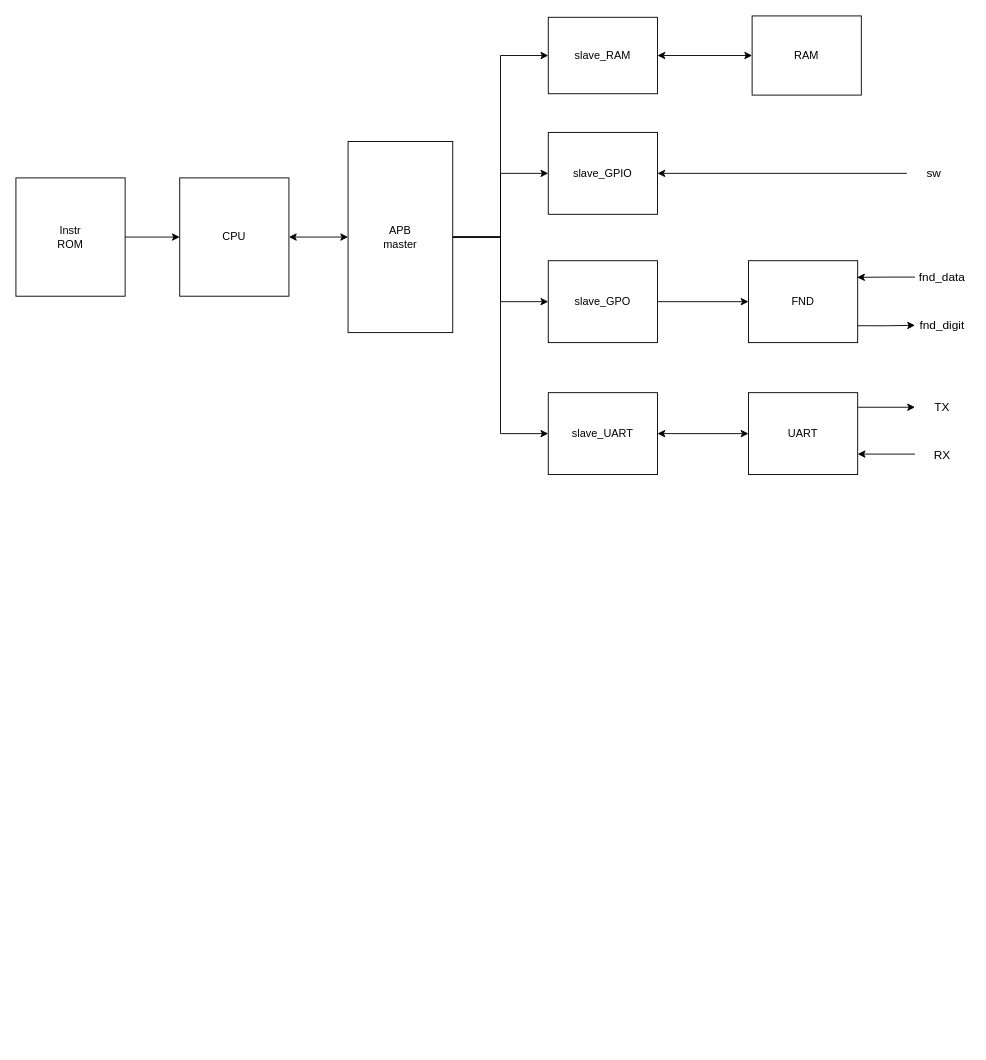
Before: project/99_presentation_project/T02_up_down_game/systemar.drawio in JunHyoung0608/Verilog_2026_Project, a draw.io diagram. Source tidied: cells renumbered, new cells numbered last; positions are measured from the earlier drawing's top-left corner, leaving out a move shared by most shapes. Both pictures are drawn from the tidied source at 91%, with x=0, y=0 at pixel (15, 15).
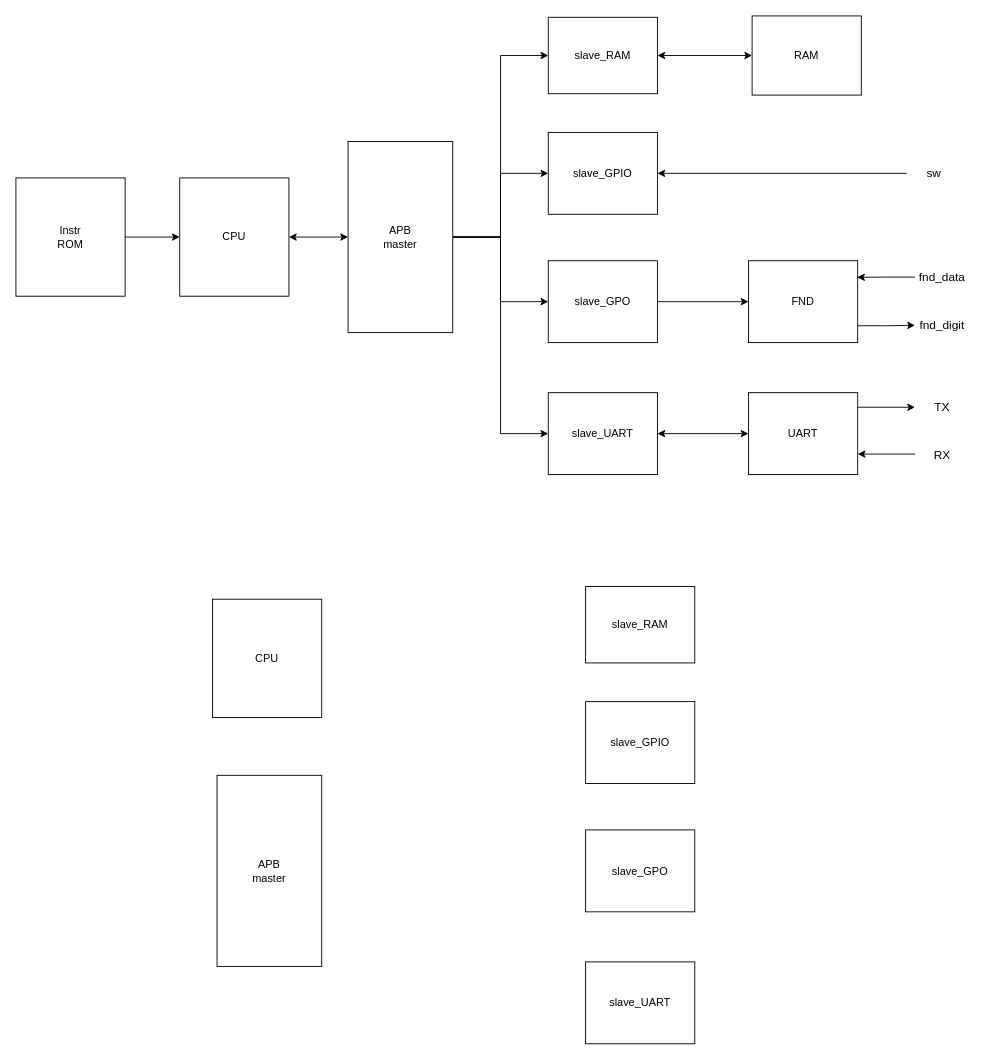
The same page after the edit.

What changed in the source:
```diff
@@
+    <mxCell id="31" value="CPU" style="rounded=0;whiteSpace=wrap;html=1;" parent="1" vertex="1">
+      <mxGeometry x="216" y="641" width="120" height="130" as="geometry" />
+    </mxCell>
+    <mxCell id="32" value="APB&lt;br&gt;master" style="rounded=0;whiteSpace=wrap;html=1;" parent="1" vertex="1">
+      <mxGeometry x="221" y="834.5" width="115" height="210" as="geometry" />
+    </mxCell>
+    <mxCell id="33" value="slave_RAM" style="rounded=0;whiteSpace=wrap;html=1;" parent="1" vertex="1">
+      <mxGeometry x="626" y="627" width="120" height="84" as="geometry" />
+    </mxCell>
+    <mxCell id="34" value="slave_GPO" style="rounded=0;whiteSpace=wrap;html=1;" parent="1" vertex="1">
+      <mxGeometry x="626" y="894.5" width="120" height="90" as="geometry" />
+    </mxCell>
+    <mxCell id="35" value="slave_GPIO" style="rounded=0;whiteSpace=wrap;html=1;" parent="1" vertex="1">
+      <mxGeometry x="626" y="753.5" width="120" height="90" as="geometry" />
+    </mxCell>
+    <mxCell id="36" value="slave_UART" style="rounded=0;whiteSpace=wrap;html=1;" parent="1" vertex="1">
+      <mxGeometry x="626" y="1039.5" width="120" height="90" as="geometry" />
+    </mxCell>
```
